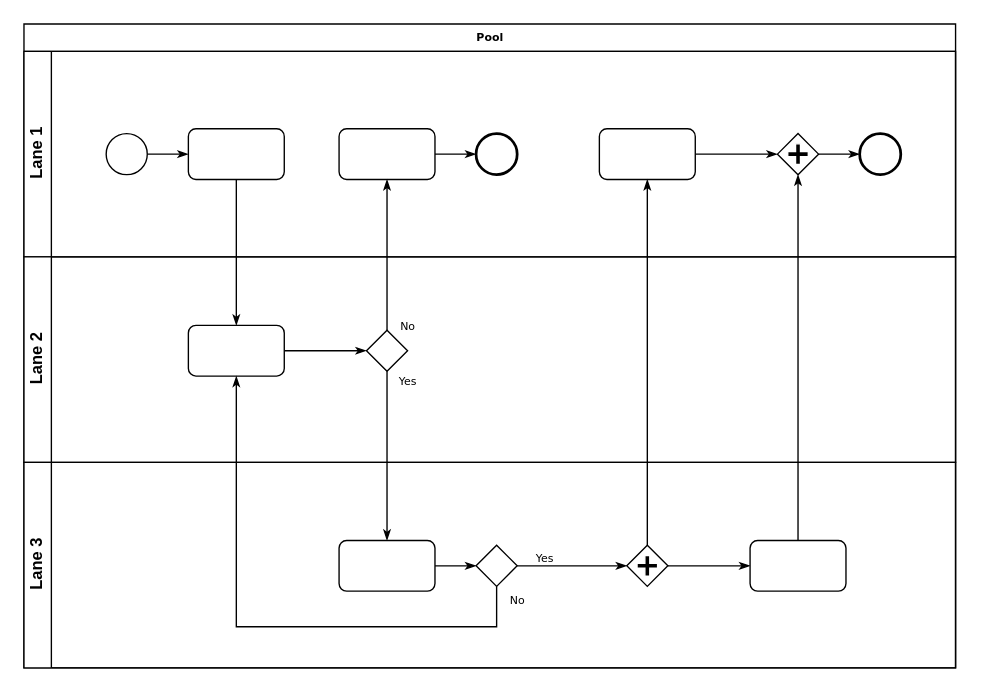
htmlacademy-yii/1820637-task-force-1 keeps this draw.io diagram as Untitled Diagram.drawio. Above is the earlier version. Source tidied: cells renumbered, new cells numbered last; positions are measured from the earlier drawing's top-left corner, leaving out a move shared by most shapes. Both pictures are drawn from the tidied source at 137%, with x=0, y=0 at pixel (23, 23).
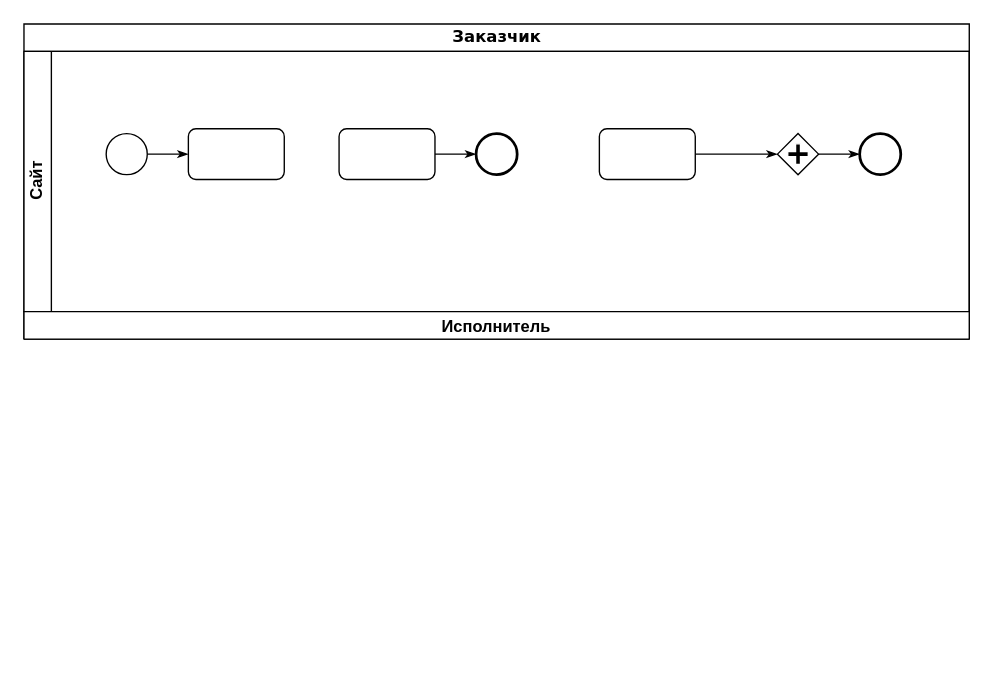
Above is the later version.

Unchanged cells that the change refers to:
```xml
<mxCell id="6" style="rounded=1;whiteSpace=wrap;html=1;shadow=0;labelBackgroundColor=none;strokeWidth=1;fontFamily=Verdana;fontSize=8;align=center;" parent="3" vertex="1">
  <mxGeometry x="120" y="56.5" width="70" height="37" as="geometry" />
</mxCell>
<mxCell id="8" style="rounded=1;whiteSpace=wrap;html=1;shadow=0;labelBackgroundColor=none;strokeWidth=1;fontFamily=Verdana;fontSize=8;align=center;" parent="3" vertex="1">
  <mxGeometry x="230" y="56.5" width="70" height="37" as="geometry" />
</mxCell>
<mxCell id="11" style="rounded=1;whiteSpace=wrap;html=1;shadow=0;labelBackgroundColor=none;strokeWidth=1;fontFamily=Verdana;fontSize=8;align=center;" parent="3" vertex="1">
  <mxGeometry x="420" y="56.5" width="70" height="37" as="geometry" />
</mxCell>
<mxCell id="13" style="shape=mxgraph.bpmn.shape;html=1;verticalLabelPosition=bottom;labelBackgroundColor=#ffffff;verticalAlign=top;perimeter=rhombusPerimeter;background=gateway;outline=none;symbol=parallelGw;rounded=1;shadow=0;strokeWidth=1;fontFamily=Verdana;fontSize=8;align=center;" parent="3" vertex="1">
  <mxGeometry x="550" y="60" width="30" height="30" as="geometry" />
</mxCell>
```

What changed in the source:
```diff
@@
-    <mxCell id="2" value="Pool" style="swimlane;html=1;horizontal=1;startSize=20;rounded=0;shadow=0;labelBackgroundColor=none;strokeWidth=1;fontFamily=Verdana;fontSize=8;align=center;" parent="1" vertex="1">
-      <mxGeometry width="680" height="470" as="geometry" />
+    <mxCell id="2" value="Заказчик" style="swimlane;html=1;horizontal=1;startSize=20;rounded=0;shadow=0;labelBackgroundColor=none;strokeWidth=1;fontFamily=Verdana;fontSize=12;align=center;" parent="1" vertex="1">
+      <mxGeometry width="690" height="230" as="geometry" />
     </mxCell>
-    <mxCell id="3" value="Lane 1" style="swimlane;html=1;startSize=20;horizontal=0;" parent="2" vertex="1">
-      <mxGeometry y="20" width="680" height="150" as="geometry" />
+    <mxCell id="3" value="&lt;div style=&quot;font-size: 12px;&quot;&gt;Сайт&lt;/div&gt;" style="swimlane;html=1;startSize=20;horizontal=0;fontSize=12;" parent="2" vertex="1">
+      <mxGeometry y="20" width="690" height="190" as="geometry" />
     </mxCell>
@@
-    <mxCell id="15" value="Lane 2" style="swimlane;html=1;startSize=20;horizontal=0;" parent="2" vertex="1">
-      <mxGeometry y="170" width="680" height="150" as="geometry" />
-    </mxCell>
-    <mxCell id="16" style="edgeStyle=orthogonalEdgeStyle;rounded=0;html=1;labelBackgroundColor=none;startArrow=none;startFill=0;startSize=5;endArrow=classicThin;endFill=1;endSize=5;jettySize=auto;strokeWidth=1;fontFamily=Verdana;fontSize=8;" parent="15" edge="1" source="17" target="18">
-      <mxGeometry relative="1" as="geometry" />
-    </mxCell>
-    <mxCell id="17" style="rounded=1;whiteSpace=wrap;html=1;shadow=0;labelBackgroundColor=none;strokeWidth=1;fontFamily=Verdana;fontSize=8;align=center;" parent="15" vertex="1">
-      <mxGeometry x="120" y="50" width="70" height="37" as="geometry" />
-    </mxCell>
-    <mxCell id="18" style="strokeWidth=1;html=1;shape=mxgraph.flowchart.decision;whiteSpace=wrap;rounded=1;shadow=0;labelBackgroundColor=none;fontFamily=Verdana;fontSize=8;align=center;" parent="15" vertex="1">
-      <mxGeometry x="250" y="53.5" width="30" height="30" as="geometry" />
-    </mxCell>
-    <mxCell id="19" value="Lane 3" style="swimlane;html=1;startSize=20;horizontal=0;" parent="2" vertex="1">
-      <mxGeometry y="320" width="680" height="150" as="geometry" />
-    </mxCell>
-    <mxCell id="20" style="edgeStyle=orthogonalEdgeStyle;rounded=0;html=1;labelBackgroundColor=none;startArrow=none;startFill=0;startSize=5;endArrow=classicThin;endFill=1;endSize=5;jettySize=auto;strokeWidth=1;fontFamily=Verdana;fontSize=8;" parent="19" edge="1" source="21" target="23">
-      <mxGeometry relative="1" as="geometry" />
-    </mxCell>
-    <mxCell id="21" style="rounded=1;whiteSpace=wrap;html=1;shadow=0;labelBackgroundColor=none;strokeWidth=1;fontFamily=Verdana;fontSize=8;align=center;" parent="19" vertex="1">
-      <mxGeometry x="230" y="57" width="70" height="37" as="geometry" />
-    </mxCell>
-    <mxCell id="22" value="Yes" style="edgeStyle=orthogonalEdgeStyle;rounded=0;html=1;entryX=0;entryY=0.5;labelBackgroundColor=none;startArrow=none;startFill=0;startSize=5;endArrow=classicThin;endFill=1;endSize=5;jettySize=auto;strokeWidth=1;fontFamily=Verdana;fontSize=8;" parent="19" edge="1" source="23" target="25">
-      <mxGeometry x="-0.5" y="6" relative="1" as="geometry" />
-    </mxCell>
-    <mxCell id="23" style="strokeWidth=1;html=1;shape=mxgraph.flowchart.decision;whiteSpace=wrap;rounded=1;shadow=0;labelBackgroundColor=none;fontFamily=Verdana;fontSize=8;align=center;" parent="19" vertex="1">
-      <mxGeometry x="330" y="60.5" width="30" height="30" as="geometry" />
-    </mxCell>
-    <mxCell id="24" style="edgeStyle=orthogonalEdgeStyle;rounded=0;html=1;labelBackgroundColor=none;startArrow=none;startFill=0;startSize=5;endArrow=classicThin;endFill=1;endSize=5;jettySize=auto;strokeColor=#000000;strokeWidth=1;fontFamily=Verdana;fontSize=8;fontColor=#000000;" parent="19" edge="1" source="25" target="26">
-      <mxGeometry relative="1" as="geometry" />
-    </mxCell>
-    <mxCell id="25" style="shape=mxgraph.bpmn.shape;html=1;verticalLabelPosition=bottom;labelBackgroundColor=#ffffff;verticalAlign=top;perimeter=rhombusPerimeter;background=gateway;outline=none;symbol=parallelGw;rounded=1;shadow=0;strokeWidth=1;fontFamily=Verdana;fontSize=8;align=center;" parent="19" vertex="1">
-      <mxGeometry x="440" y="60.5" width="30" height="30" as="geometry" />
-    </mxCell>
-    <mxCell id="26" style="rounded=1;whiteSpace=wrap;html=1;shadow=0;labelBackgroundColor=none;strokeWidth=1;fontFamily=Verdana;fontSize=8;align=center;" parent="19" vertex="1">
-      <mxGeometry x="530" y="57" width="70" height="37" as="geometry" />
-    </mxCell>
-    <mxCell id="27" style="edgeStyle=orthogonalEdgeStyle;rounded=0;html=1;labelBackgroundColor=none;startArrow=none;startFill=0;startSize=5;endArrow=classicThin;endFill=1;endSize=5;jettySize=auto;strokeWidth=1;fontFamily=Verdana;fontSize=8;" parent="2" edge="1" source="6" target="17">
-      <mxGeometry relative="1" as="geometry" />
-    </mxCell>
-    <mxCell id="28" value="No" style="edgeStyle=orthogonalEdgeStyle;rounded=0;html=1;labelBackgroundColor=none;startArrow=none;startFill=0;startSize=5;endArrow=classicThin;endFill=1;endSize=5;jettySize=auto;strokeWidth=1;fontFamily=Verdana;fontSize=8;" parent="2" edge="1" source="18" target="8">
-      <mxGeometry x="-0.94" y="-15" relative="1" as="geometry" />
-    </mxCell>
-    <mxCell id="29" value="Yes" style="edgeStyle=orthogonalEdgeStyle;rounded=0;html=1;labelBackgroundColor=none;startArrow=none;startFill=0;startSize=5;endArrow=classicThin;endFill=1;endSize=5;jettySize=auto;strokeWidth=1;fontFamily=Verdana;fontSize=8;" parent="2" edge="1" source="18" target="21">
-      <mxGeometry x="-0.89" y="15" relative="1" as="geometry" />
-    </mxCell>
-    <mxCell id="30" style="edgeStyle=orthogonalEdgeStyle;rounded=0;html=1;entryX=0.5;entryY=1;labelBackgroundColor=none;startArrow=none;startFill=0;startSize=5;endArrow=classicThin;endFill=1;endSize=5;jettySize=auto;strokeWidth=1;fontFamily=Verdana;fontSize=8;" parent="2" edge="1" source="26" target="13">
-      <mxGeometry relative="1" as="geometry" />
-    </mxCell>
-    <mxCell id="31" value="No" style="edgeStyle=orthogonalEdgeStyle;rounded=0;html=1;labelBackgroundColor=none;startArrow=none;startFill=0;startSize=5;endArrow=classicThin;endFill=1;endSize=5;jettySize=auto;strokeWidth=1;fontFamily=Verdana;fontSize=8;" parent="2" edge="1" source="23" target="17">
-      <mxGeometry x="-0.95" y="15" relative="1" as="geometry">
-        <Array as="points">
-          <mxPoint x="345" y="440" />
-          <mxPoint x="155" y="440" />
-        </Array>
-      </mxGeometry>
-    </mxCell>
-    <mxCell id="32" style="edgeStyle=orthogonalEdgeStyle;rounded=0;html=1;labelBackgroundColor=none;startArrow=none;startFill=0;startSize=5;endArrow=classicThin;endFill=1;endSize=5;jettySize=auto;strokeWidth=1;fontFamily=Verdana;fontSize=8;" parent="2" edge="1" source="25" target="11">
-      <mxGeometry relative="1" as="geometry" />
-    </mxCell>
+    <mxCell id="33" value="Исполнитель" style="swimlane;fontSize=12;" parent="2" vertex="1">
+      <mxGeometry y="210" width="690" height="20" as="geometry" />
+    </mxCell>
```
